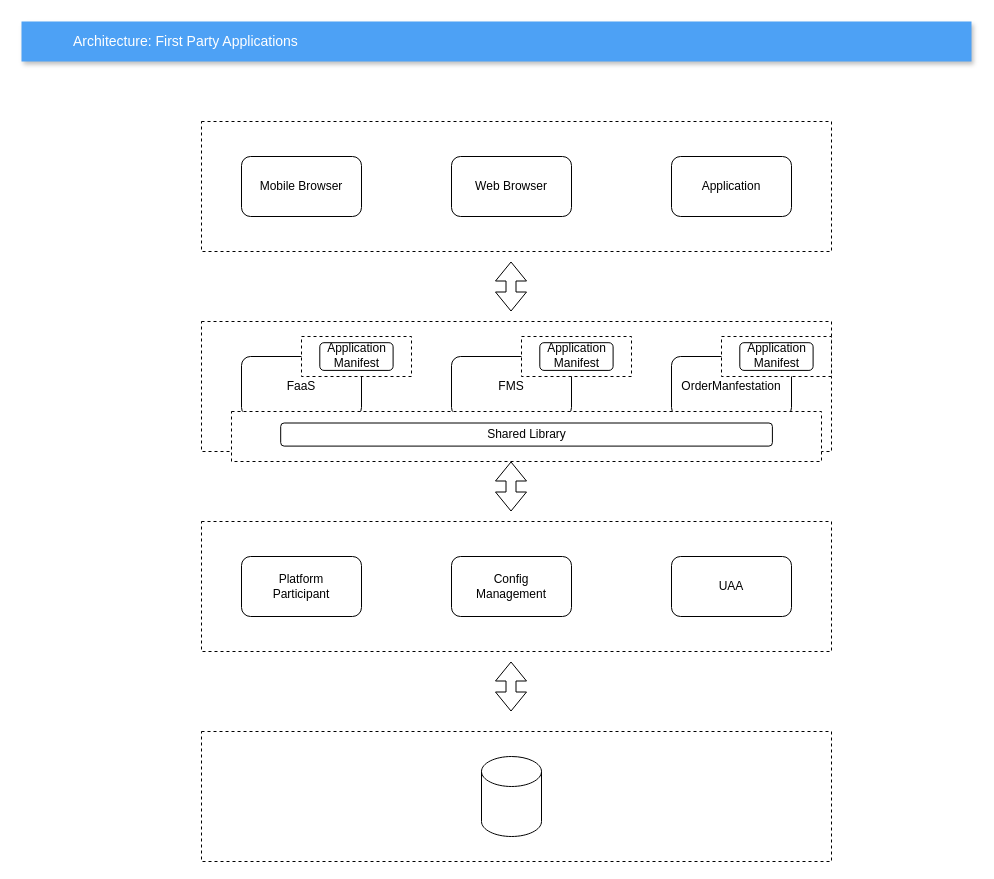
jayanthkmr/architecture-diagrams keeps this draw.io diagram as fpa.drawio. Above is the earlier version. Source tidied: cells renumbered, new cells numbered last; positions are measured from the earlier drawing's top-left corner, leaving out a move shared by most shapes. Both pictures are drawn from the tidied source at 100%, with x=0, y=0 at pixel (21, 21).
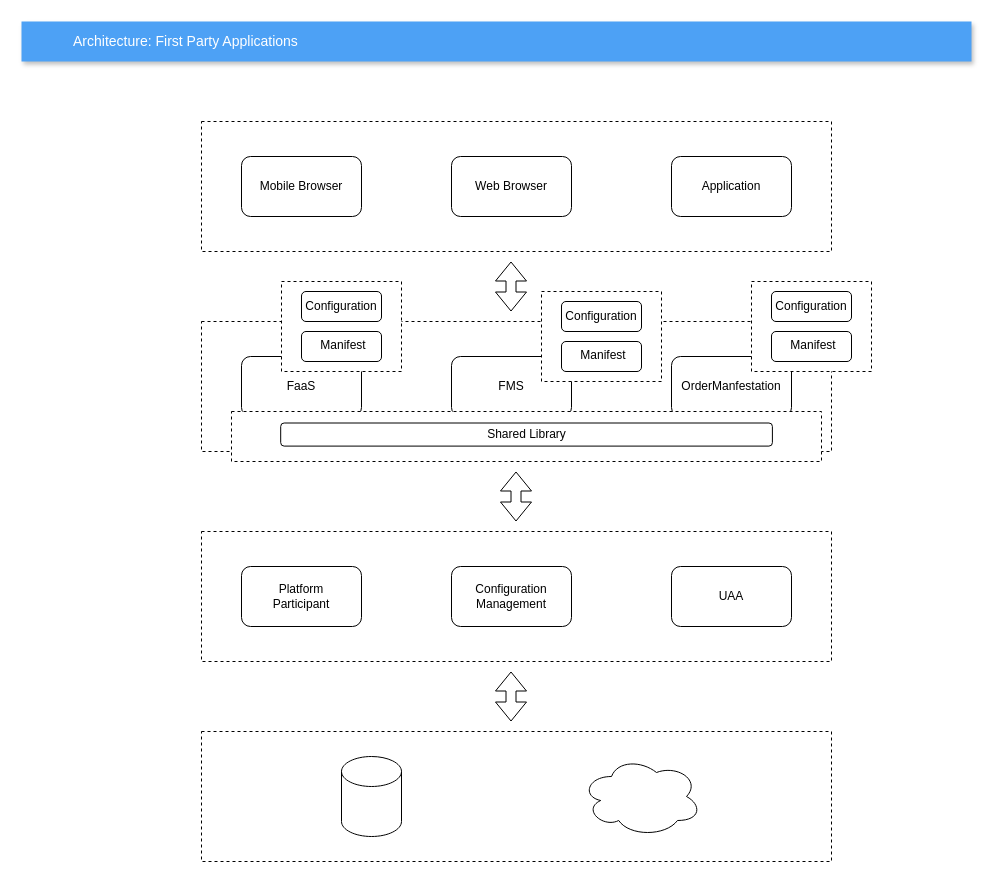
After the change.

Unchanged cells that the change refers to:
```xml
<mxCell id="11" style="group;" parent="1" vertex="1">
  <mxGeometry x="180" y="300" width="630" height="140" as="geometry" />
</mxCell>
```

What changed in the source:
```diff
@@
-    <mxCell id="23" style="group;" parent="11" vertex="1">
-      <mxGeometry x="100" y="15" width="110" height="40" as="geometry" />
-    </mxCell>
+    <mxCell id="48" style="group;" parent="11" vertex="1">
+      <mxGeometry x="340" y="-30" width="120" height="90" as="geometry" />
+    </mxCell>
-    <mxCell id="24" style="rounded=0;whiteSpace=wrap;html=1;dashed=1;" parent="23" vertex="1">
-      <mxGeometry width="110" height="40" as="geometry" />
+    <mxCell id="24" style="rounded=0;whiteSpace=wrap;html=1;dashed=1;" parent="48" vertex="1">
+      <mxGeometry width="120" height="90" as="geometry" />
     </mxCell>
-    <mxCell id="25" style="rounded=1;whiteSpace=wrap;html=1;" parent="23" vertex="1">
-      <mxGeometry x="18.3" y="6.2" width="73.3" height="27.7" as="geometry" />
+    <mxCell id="25" style="rounded=1;whiteSpace=wrap;html=1;" parent="48" vertex="1">
+      <mxGeometry x="20" y="10" width="80" height="30" as="geometry" />
     </mxCell>
-    <mxCell id="26" value="Application Manifest" style="text;html=1;strokeColor=none;fillColor=none;align=center;verticalAlign=middle;whiteSpace=wrap;rounded=0;" parent="23" vertex="1">
-      <mxGeometry x="36.7" y="15.4" width="36.7" height="6.2" as="geometry" />
+    <mxCell id="26" value="Configuration" style="text;html=1;strokeColor=none;fillColor=none;align=center;verticalAlign=middle;whiteSpace=wrap;rounded=0;" parent="48" vertex="1">
+      <mxGeometry x="40" y="18.1" width="40" height="13.8" as="geometry" />
     </mxCell>
-    <mxCell id="27" style="group;" parent="11" vertex="1">
-      <mxGeometry x="320" y="15" width="110" height="40" as="geometry" />
-    </mxCell>
-    <mxCell id="28" style="rounded=0;whiteSpace=wrap;html=1;dashed=1;" parent="27" vertex="1">
-      <mxGeometry width="110" height="40" as="geometry" />
-    </mxCell>
-    <mxCell id="29" style="rounded=1;whiteSpace=wrap;html=1;" parent="27" vertex="1">
-      <mxGeometry x="18.3" y="6.2" width="73.3" height="27.7" as="geometry" />
-    </mxCell>
-    <mxCell id="30" value="Application Manifest" style="text;html=1;strokeColor=none;fillColor=none;align=center;verticalAlign=middle;whiteSpace=wrap;rounded=0;" parent="27" vertex="1">
-      <mxGeometry x="36.7" y="15.4" width="36.7" height="6.2" as="geometry" />
-    </mxCell>
-    <mxCell id="31" style="group;" parent="11" vertex="1">
-      <mxGeometry x="520" y="15" width="110" height="40" as="geometry" />
-    </mxCell>
-    <mxCell id="32" style="rounded=0;whiteSpace=wrap;html=1;dashed=1;" parent="31" vertex="1">
-      <mxGeometry width="110" height="40" as="geometry" />
-    </mxCell>
-    <mxCell id="33" style="rounded=1;whiteSpace=wrap;html=1;" parent="31" vertex="1">
-      <mxGeometry x="18.3" y="6.2" width="73.3" height="27.7" as="geometry" />
-    </mxCell>
-    <mxCell id="34" value="Application Manifest" style="text;html=1;strokeColor=none;fillColor=none;align=center;verticalAlign=middle;whiteSpace=wrap;rounded=0;" parent="31" vertex="1">
-      <mxGeometry x="36.7" y="15.4" width="36.7" height="6.2" as="geometry" />
-    </mxCell>
+    <mxCell id="49" style="edgeStyle=orthogonalEdgeStyle;rounded=0;orthogonalLoop=1;jettySize=auto;html=1;exitX=0.5;exitY=1;exitDx=0;exitDy=0;" parent="48" edge="1" source="25" target="25">
+      <mxGeometry x="-10" y="-140" as="geometry" />
+    </mxCell>
+    <mxCell id="50" style="rounded=1;whiteSpace=wrap;html=1;" parent="48" vertex="1">
+      <mxGeometry x="20" y="50" width="80" height="30" as="geometry" />
+    </mxCell>
+    <mxCell id="51" value="Manifest" style="text;html=1;strokeColor=none;fillColor=none;align=center;verticalAlign=middle;whiteSpace=wrap;rounded=0;" parent="48" vertex="1">
+      <mxGeometry x="42" y="56.6" width="40" height="13.8" as="geometry" />
+    </mxCell>
+    <mxCell id="52" style="edgeStyle=orthogonalEdgeStyle;rounded=0;orthogonalLoop=1;jettySize=auto;html=1;exitX=0.5;exitY=1;exitDx=0;exitDy=0;" parent="48" edge="1" source="50" target="50">
+      <mxGeometry y="20" as="geometry" />
+    </mxCell>
     <mxCell id="35" style="group;" parent="1" vertex="1">
-      <mxGeometry x="180" y="500" width="630" height="130" as="geometry" />
+      <mxGeometry x="180" y="510" width="630" height="130" as="geometry" />
     </mxCell>
@@
-    <mxCell id="41" value="&lt;span&gt;Config Management&lt;/span&gt;" style="text;html=1;strokeColor=none;fillColor=none;align=center;verticalAlign=middle;whiteSpace=wrap;rounded=0;" parent="35" vertex="1">
+    <mxCell id="41" value="&lt;span&gt;Configuration Management&lt;/span&gt;" style="text;html=1;strokeColor=none;fillColor=none;align=center;verticalAlign=middle;whiteSpace=wrap;rounded=0;" parent="35" vertex="1">
       <mxGeometry x="265" y="55" width="90" height="20" as="geometry" />
     </mxCell>
@@
     <mxCell id="44" style="shape=cylinder3;whiteSpace=wrap;html=1;boundedLbl=1;backgroundOutline=1;size=15;" parent="1" vertex="1">
-      <mxGeometry x="460" y="735" width="60" height="80" as="geometry" />
+      <mxGeometry x="320" y="735" width="60" height="80" as="geometry" />
     </mxCell>
@@
     <mxCell id="46" style="shape=flexArrow;endArrow=classic;startArrow=classic;html=1;" parent="1" edge="1">
       <mxGeometry relative="1" as="geometry">
-        <mxPoint x="489.5" y="490" as="sourcePoint" />
-        <mxPoint x="489.5" y="440" as="targetPoint" />
+        <mxPoint x="494.5" y="500" as="sourcePoint" />
+        <mxPoint x="494.5" y="450" as="targetPoint" />
       </mxGeometry>
     </mxCell>
     <mxCell id="47" style="shape=flexArrow;endArrow=classic;startArrow=classic;html=1;" parent="1" edge="1">
       <mxGeometry relative="1" as="geometry">
-        <mxPoint x="489.5" y="690" as="sourcePoint" />
-        <mxPoint x="489.5" y="640" as="targetPoint" />
+        <mxPoint x="489.5" y="700" as="sourcePoint" />
+        <mxPoint x="489.5" y="650" as="targetPoint" />
       </mxGeometry>
     </mxCell>
+    <mxCell id="53" style="group;" parent="1" vertex="1">
+      <mxGeometry x="260" y="260" width="120" height="90" as="geometry" />
+    </mxCell>
+    <mxCell id="54" style="rounded=0;whiteSpace=wrap;html=1;dashed=1;" parent="53" vertex="1">
+      <mxGeometry width="120" height="90" as="geometry" />
+    </mxCell>
+    <mxCell id="55" style="rounded=1;whiteSpace=wrap;html=1;" parent="53" vertex="1">
+      <mxGeometry x="20" y="10" width="80" height="30" as="geometry" />
+    </mxCell>
+    <mxCell id="56" value="Configuration" style="text;html=1;strokeColor=none;fillColor=none;align=center;verticalAlign=middle;whiteSpace=wrap;rounded=0;" parent="53" vertex="1">
+      <mxGeometry x="40" y="18.1" width="40" height="13.8" as="geometry" />
+    </mxCell>
+    <mxCell id="57" style="edgeStyle=orthogonalEdgeStyle;rounded=0;orthogonalLoop=1;jettySize=auto;html=1;exitX=0.5;exitY=1;exitDx=0;exitDy=0;" parent="53" edge="1" source="55" target="55">
+      <mxGeometry x="-10" y="-140" as="geometry" />
+    </mxCell>
+    <mxCell id="58" style="rounded=1;whiteSpace=wrap;html=1;" parent="53" vertex="1">
+      <mxGeometry x="20" y="50" width="80" height="30" as="geometry" />
+    </mxCell>
+    <mxCell id="59" value="Manifest" style="text;html=1;strokeColor=none;fillColor=none;align=center;verticalAlign=middle;whiteSpace=wrap;rounded=0;" parent="53" vertex="1">
+      <mxGeometry x="42" y="56.6" width="40" height="13.8" as="geometry" />
+    </mxCell>
+    <mxCell id="60" style="edgeStyle=orthogonalEdgeStyle;rounded=0;orthogonalLoop=1;jettySize=auto;html=1;exitX=0.5;exitY=1;exitDx=0;exitDy=0;" parent="53" edge="1" source="58" target="58">
+      <mxGeometry y="20" as="geometry" />
+    </mxCell>
+    <mxCell id="61" style="group;" parent="1" vertex="1">
+      <mxGeometry x="730" y="260" width="120" height="90" as="geometry" />
+    </mxCell>
+    <mxCell id="62" style="rounded=0;whiteSpace=wrap;html=1;dashed=1;" parent="61" vertex="1">
+      <mxGeometry width="120" height="90" as="geometry" />
+    </mxCell>
+    <mxCell id="63" style="rounded=1;whiteSpace=wrap;html=1;" parent="61" vertex="1">
+      <mxGeometry x="20" y="10" width="80" height="30" as="geometry" />
+    </mxCell>
+    <mxCell id="64" value="Configuration" style="text;html=1;strokeColor=none;fillColor=none;align=center;verticalAlign=middle;whiteSpace=wrap;rounded=0;" parent="61" vertex="1">
+      <mxGeometry x="40" y="18.1" width="40" height="13.8" as="geometry" />
+    </mxCell>
+    <mxCell id="65" style="edgeStyle=orthogonalEdgeStyle;rounded=0;orthogonalLoop=1;jettySize=auto;html=1;exitX=0.5;exitY=1;exitDx=0;exitDy=0;" parent="61" edge="1" source="63" target="63">
+      <mxGeometry x="-10" y="-140" as="geometry" />
+    </mxCell>
+    <mxCell id="66" style="rounded=1;whiteSpace=wrap;html=1;" parent="61" vertex="1">
+      <mxGeometry x="20" y="50" width="80" height="30" as="geometry" />
+    </mxCell>
+    <mxCell id="67" value="Manifest" style="text;html=1;strokeColor=none;fillColor=none;align=center;verticalAlign=middle;whiteSpace=wrap;rounded=0;" parent="61" vertex="1">
+      <mxGeometry x="42" y="56.6" width="40" height="13.8" as="geometry" />
+    </mxCell>
+    <mxCell id="68" style="edgeStyle=orthogonalEdgeStyle;rounded=0;orthogonalLoop=1;jettySize=auto;html=1;exitX=0.5;exitY=1;exitDx=0;exitDy=0;" parent="61" edge="1" source="66" target="66">
+      <mxGeometry y="20" as="geometry" />
+    </mxCell>
+    <mxCell id="69" style="ellipse;shape=cloud;whiteSpace=wrap;html=1;" parent="1" vertex="1">
+      <mxGeometry x="560" y="735" width="120" height="80" as="geometry" />
+    </mxCell>
```
